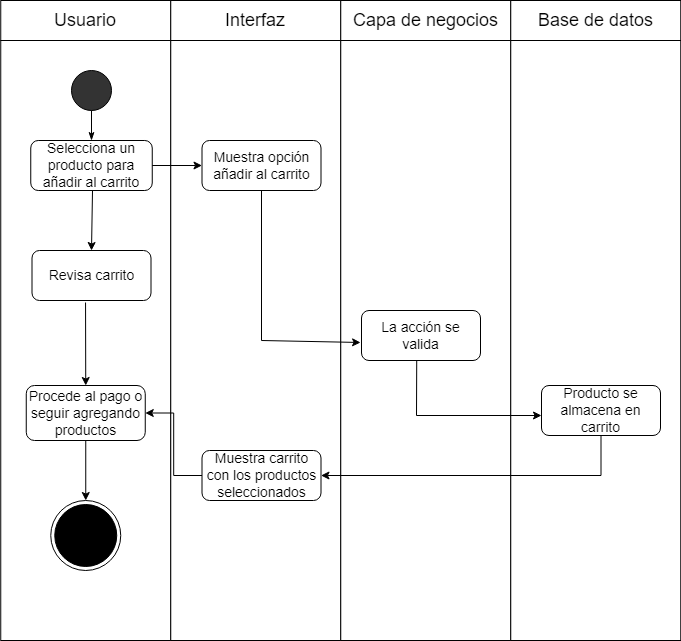
Before: Fase 2/Evidencias Proyecto/Evidencias de documentación/Diagramas/3) Diagrama de Actividad/19)Carro_de_compras.drawio.png, a diagram exported from draw.io (SoyElMato1/Grupo4-GreenMarket). Source tidied: cells renumbered, new cells last; positions are measured from the earlier drawing's top-left corner, leaving out a move shared by most shapes. The source it was exported from:
```xml
<mxGraphModel>
  <root>
    <mxCell id="0" />
    <mxCell id="1" parent="0" />
    <mxCell id="2" style="group;" parent="1" vertex="1">
      <mxGeometry x="0.2" width="680" height="40" as="geometry" />
    </mxCell>
    <mxCell id="3" style="group;" parent="2" vertex="1">
      <mxGeometry width="170" height="40" as="geometry" />
    </mxCell>
    <mxCell id="4" style="rounded=0;whiteSpace=wrap;html=1;fontSize=14;fillColor=#FFFFFF;" parent="3" vertex="1">
      <mxGeometry width="170" height="40" as="geometry" />
    </mxCell>
    <mxCell id="5" value="&lt;font style=&quot;font-size: 18px;&quot;&gt;Usuario&lt;/font&gt;" style="text;html=1;strokeColor=none;fillColor=none;align=center;verticalAlign=middle;whiteSpace=wrap;rounded=0;" parent="3" vertex="1">
      <mxGeometry x="55" y="5" width="60" height="30" as="geometry" />
    </mxCell>
    <mxCell id="6" style="group;" parent="2" vertex="1">
      <mxGeometry x="170" width="170" height="40" as="geometry" />
    </mxCell>
    <mxCell id="7" style="rounded=0;whiteSpace=wrap;html=1;fontSize=14;fillColor=#FFFFFF;" parent="6" vertex="1">
      <mxGeometry width="170" height="40" as="geometry" />
    </mxCell>
    <mxCell id="8" value="&lt;span style=&quot;font-size: 18px;&quot;&gt;Interfaz&lt;/span&gt;" style="text;html=1;strokeColor=none;fillColor=none;align=center;verticalAlign=middle;whiteSpace=wrap;rounded=0;" parent="6" vertex="1">
      <mxGeometry x="55" y="5" width="60" height="30" as="geometry" />
    </mxCell>
    <mxCell id="9" style="group;" parent="2" vertex="1">
      <mxGeometry x="340" width="170" height="40" as="geometry" />
    </mxCell>
    <mxCell id="10" style="rounded=0;whiteSpace=wrap;html=1;fontSize=14;fillColor=#FFFFFF;" parent="9" vertex="1">
      <mxGeometry width="170" height="40" as="geometry" />
    </mxCell>
    <mxCell id="11" value="&lt;span style=&quot;font-size: 18px;&quot;&gt;Capa de negocios&lt;/span&gt;" style="text;html=1;strokeColor=none;fillColor=none;align=center;verticalAlign=middle;whiteSpace=wrap;rounded=0;" parent="9" vertex="1">
      <mxGeometry x="7.5" y="5" width="155" height="30" as="geometry" />
    </mxCell>
    <mxCell id="12" style="group;" parent="2" vertex="1">
      <mxGeometry x="510" width="170" height="40" as="geometry" />
    </mxCell>
    <mxCell id="13" style="rounded=0;whiteSpace=wrap;html=1;fontSize=14;fillColor=#FFFFFF;" parent="12" vertex="1">
      <mxGeometry width="170" height="40" as="geometry" />
    </mxCell>
    <mxCell id="14" value="&lt;span style=&quot;font-size: 18px;&quot;&gt;Base de datos&lt;/span&gt;" style="text;html=1;strokeColor=none;fillColor=none;align=center;verticalAlign=middle;whiteSpace=wrap;rounded=0;" parent="12" vertex="1">
      <mxGeometry x="7.5" y="5" width="155" height="30" as="geometry" />
    </mxCell>
    <mxCell id="15" style="rounded=0;whiteSpace=wrap;html=1;" parent="1" vertex="1">
      <mxGeometry x="0.2" y="40" width="170" height="600" as="geometry" />
    </mxCell>
    <mxCell id="16" style="rounded=0;whiteSpace=wrap;html=1;" parent="1" vertex="1">
      <mxGeometry x="170.2" y="40" width="170" height="600" as="geometry" />
    </mxCell>
    <mxCell id="17" style="rounded=0;whiteSpace=wrap;html=1;" parent="1" vertex="1">
      <mxGeometry x="340.2" y="40" width="170" height="600" as="geometry" />
    </mxCell>
    <mxCell id="18" style="rounded=0;whiteSpace=wrap;html=1;" parent="1" vertex="1">
      <mxGeometry x="510.2" y="40" width="170" height="600" as="geometry" />
    </mxCell>
    <mxCell id="19" style="ellipse;whiteSpace=wrap;html=1;fontSize=18;fillColor=#333333;" parent="1" vertex="1">
      <mxGeometry x="71" y="70" width="40" height="40" as="geometry" />
    </mxCell>
    <mxCell id="20" value="Selecciona un producto para añadir al carrito" style="rounded=1;whiteSpace=wrap;html=1;fontSize=14;" parent="1" vertex="1">
      <mxGeometry x="30.2" y="140" width="121.5" height="50" as="geometry" />
    </mxCell>
    <mxCell id="21" style="endArrow=none;html=1;rounded=0;fontSize=18;entryX=0.5;entryY=1;entryDx=0;entryDy=0;exitX=0.5;exitY=0;exitDx=0;exitDy=0;startArrow=classicThin;startFill=1;" parent="1" edge="1" source="20" target="19">
      <mxGeometry relative="1" as="geometry" />
    </mxCell>
    <mxCell id="22" value="Muestra opción añadir al carrito" style="rounded=1;whiteSpace=wrap;html=1;fontSize=14;" parent="1" vertex="1">
      <mxGeometry x="201.5" y="140" width="119" height="50" as="geometry" />
    </mxCell>
    <mxCell id="23" style="endArrow=classic;html=1;rounded=0;exitX=1;exitY=0.5;exitDx=0;exitDy=0;entryX=0;entryY=0.5;entryDx=0;entryDy=0;" parent="1" edge="1" source="20" target="22">
      <mxGeometry relative="1" as="geometry" />
    </mxCell>
    <mxCell id="24" value="Revisa carrito" style="rounded=1;whiteSpace=wrap;html=1;fontSize=14;" parent="1" vertex="1">
      <mxGeometry x="31.5" y="250" width="119" height="50" as="geometry" />
    </mxCell>
    <mxCell id="25" style="edgeStyle=orthogonalEdgeStyle;rounded=0;jettySize=auto;html=1;entryX=1;entryY=0.5;entryDx=0;entryDy=0;" parent="1" edge="1" source="26" target="29">
      <mxGeometry relative="1" as="geometry" />
    </mxCell>
    <mxCell id="26" value="Muestra carrito con los productos seleccionados" style="rounded=1;whiteSpace=wrap;html=1;fontSize=14;" parent="1" vertex="1">
      <mxGeometry x="201.5" y="450" width="119" height="50" as="geometry" />
    </mxCell>
    <mxCell id="27" style="endArrow=classic;html=1;rounded=0;entryX=0.5;entryY=0;entryDx=0;entryDy=0;exitX=0.5;exitY=1;exitDx=0;exitDy=0;" parent="1" edge="1" source="29" target="28">
      <mxGeometry relative="1" as="geometry" />
    </mxCell>
    <mxCell id="28" style="ellipse;html=1;shape=endState;fillColor=#000000;strokeColor=#000000;" parent="1" vertex="1">
      <mxGeometry x="50.2" y="500" width="70" height="70" as="geometry" />
    </mxCell>
    <mxCell id="29" value="Procede al pago o seguir agregando productos" style="rounded=1;whiteSpace=wrap;html=1;fontSize=14;" parent="1" vertex="1">
      <mxGeometry x="25.8" y="385" width="119" height="55" as="geometry" />
    </mxCell>
    <mxCell id="30" style="endArrow=classic;html=1;rounded=0;exitX=0.5;exitY=1;exitDx=0;exitDy=0;entryX=-0.008;entryY=0.64;entryDx=0;entryDy=0;entryPerimeter=0;" parent="1" edge="1" source="22" target="31">
      <mxGeometry relative="1" as="geometry">
        <Array as="points">
          <mxPoint x="261" y="340" />
        </Array>
      </mxGeometry>
    </mxCell>
    <mxCell id="31" value="La acción se valida" style="rounded=1;whiteSpace=wrap;html=1;fontSize=14;" parent="1" vertex="1">
      <mxGeometry x="361" y="310" width="119" height="50" as="geometry" />
    </mxCell>
    <mxCell id="32" style="endArrow=classic;html=1;rounded=0;exitX=0.464;exitY=1;exitDx=0;exitDy=0;entryX=0;entryY=0.6;entryDx=0;entryDy=0;entryPerimeter=0;exitPerimeter=0;" parent="1" edge="1" source="31" target="34">
      <mxGeometry relative="1" as="geometry">
        <Array as="points">
          <mxPoint x="416" y="415" />
        </Array>
      </mxGeometry>
    </mxCell>
    <mxCell id="33" style="edgeStyle=orthogonalEdgeStyle;rounded=0;jettySize=auto;html=1;entryX=1;entryY=0.5;entryDx=0;entryDy=0;" parent="1" edge="1" source="34" target="26">
      <mxGeometry relative="1" as="geometry">
        <Array as="points">
          <mxPoint x="601" y="475" />
        </Array>
      </mxGeometry>
    </mxCell>
    <mxCell id="34" value="Producto se almacena en carrito" style="rounded=1;whiteSpace=wrap;html=1;fontSize=14;" parent="1" vertex="1">
      <mxGeometry x="541" y="385" width="119" height="50" as="geometry" />
    </mxCell>
    <mxCell id="35" style="edgeStyle=orthogonalEdgeStyle;rounded=0;jettySize=auto;html=1;entryX=0.5;entryY=0;entryDx=0;entryDy=0;" parent="1" edge="1" target="24">
      <mxGeometry relative="1" as="geometry">
        <mxPoint x="71" y="190" as="sourcePoint" />
        <Array as="points">
          <mxPoint x="92" y="190" />
        </Array>
      </mxGeometry>
    </mxCell>
    <mxCell id="36" style="endArrow=classic;html=1;rounded=0;entryX=0.5;entryY=0;entryDx=0;entryDy=0;exitX=0.45;exitY=1.04;exitDx=0;exitDy=0;exitPerimeter=0;" parent="1" edge="1" source="24" target="29">
      <mxGeometry relative="1" as="geometry" />
    </mxCell>
  </root>
</mxGraphModel>
```
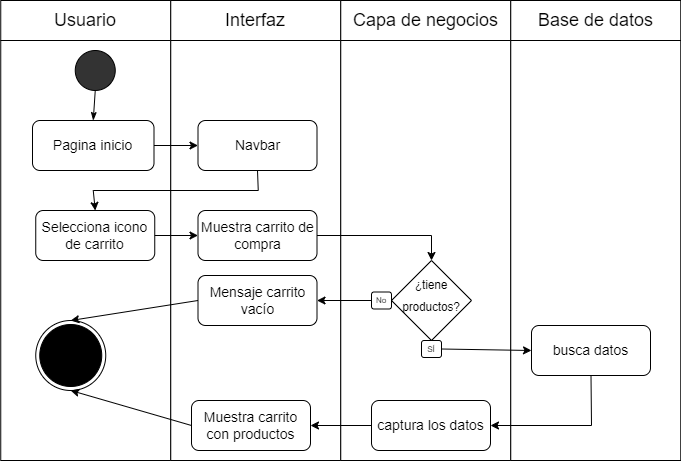
After the change.

Diff of the diagram source:
```diff
@@ -42,87 +42,104 @@
       <mxGeometry x="7.5" y="5" width="155" height="30" as="geometry" />
     </mxCell>
     <mxCell id="15" style="rounded=0;whiteSpace=wrap;html=1;" parent="1" vertex="1">
-      <mxGeometry x="0.2" y="40" width="170" height="600" as="geometry" />
+      <mxGeometry x="0.2" y="40" width="170" height="420" as="geometry" />
     </mxCell>
     <mxCell id="16" style="rounded=0;whiteSpace=wrap;html=1;" parent="1" vertex="1">
-      <mxGeometry x="170.2" y="40" width="170" height="600" as="geometry" />
+      <mxGeometry x="170.2" y="40" width="170" height="420" as="geometry" />
     </mxCell>
     <mxCell id="17" style="rounded=0;whiteSpace=wrap;html=1;" parent="1" vertex="1">
-      <mxGeometry x="340.2" y="40" width="170" height="600" as="geometry" />
+      <mxGeometry x="340.2" y="40" width="170" height="420" as="geometry" />
     </mxCell>
     <mxCell id="18" style="rounded=0;whiteSpace=wrap;html=1;" parent="1" vertex="1">
-      <mxGeometry x="510.2" y="40" width="170" height="600" as="geometry" />
+      <mxGeometry x="510.2" y="40" width="170" height="420" as="geometry" />
     </mxCell>
-    <mxCell id="19" style="ellipse;whiteSpace=wrap;html=1;fontSize=18;fillColor=#333333;" parent="1" vertex="1">
-      <mxGeometry x="71" y="70" width="40" height="40" as="geometry" />
-    </mxCell>
-    <mxCell id="20" value="Selecciona un producto para añadir al carrito" style="rounded=1;whiteSpace=wrap;html=1;fontSize=14;" parent="1" vertex="1">
-      <mxGeometry x="30.2" y="140" width="121.5" height="50" as="geometry" />
-    </mxCell>
-    <mxCell id="21" style="endArrow=none;html=1;rounded=0;fontSize=18;entryX=0.5;entryY=1;entryDx=0;entryDy=0;exitX=0.5;exitY=0;exitDx=0;exitDy=0;startArrow=classicThin;startFill=1;" parent="1" edge="1" source="20" target="19">
-      <mxGeometry relative="1" as="geometry" />
-    </mxCell>
-    <mxCell id="22" value="Muestra opción añadir al carrito" style="rounded=1;whiteSpace=wrap;html=1;fontSize=14;" parent="1" vertex="1">
-      <mxGeometry x="201.5" y="140" width="119" height="50" as="geometry" />
-    </mxCell>
-    <mxCell id="23" style="endArrow=classic;html=1;rounded=0;exitX=1;exitY=0.5;exitDx=0;exitDy=0;entryX=0;entryY=0.5;entryDx=0;entryDy=0;" parent="1" edge="1" source="20" target="22">
-      <mxGeometry relative="1" as="geometry" />
-    </mxCell>
-    <mxCell id="24" value="Revisa carrito" style="rounded=1;whiteSpace=wrap;html=1;fontSize=14;" parent="1" vertex="1">
-      <mxGeometry x="31.5" y="250" width="119" height="50" as="geometry" />
-    </mxCell>
-    <mxCell id="25" style="edgeStyle=orthogonalEdgeStyle;rounded=0;jettySize=auto;html=1;entryX=1;entryY=0.5;entryDx=0;entryDy=0;" parent="1" edge="1" source="26" target="29">
-      <mxGeometry relative="1" as="geometry" />
-    </mxCell>
-    <mxCell id="26" value="Muestra carrito con los productos seleccionados" style="rounded=1;whiteSpace=wrap;html=1;fontSize=14;" parent="1" vertex="1">
-      <mxGeometry x="201.5" y="450" width="119" height="50" as="geometry" />
-    </mxCell>
-    <mxCell id="27" style="endArrow=classic;html=1;rounded=0;entryX=0.5;entryY=0;entryDx=0;entryDy=0;exitX=0.5;exitY=1;exitDx=0;exitDy=0;" parent="1" edge="1" source="29" target="28">
-      <mxGeometry relative="1" as="geometry" />
-    </mxCell>
-    <mxCell id="28" style="ellipse;html=1;shape=endState;fillColor=#000000;strokeColor=#000000;" parent="1" vertex="1">
-      <mxGeometry x="50.2" y="500" width="70" height="70" as="geometry" />
-    </mxCell>
-    <mxCell id="29" value="Procede al pago o seguir agregando productos" style="rounded=1;whiteSpace=wrap;html=1;fontSize=14;" parent="1" vertex="1">
-      <mxGeometry x="25.8" y="385" width="119" height="55" as="geometry" />
-    </mxCell>
-    <mxCell id="30" style="endArrow=classic;html=1;rounded=0;exitX=0.5;exitY=1;exitDx=0;exitDy=0;entryX=-0.008;entryY=0.64;entryDx=0;entryDy=0;entryPerimeter=0;" parent="1" edge="1" source="22" target="31">
-      <mxGeometry relative="1" as="geometry">
-        <Array as="points">
-          <mxPoint x="261" y="340" />
-        </Array>
-      </mxGeometry>
-    </mxCell>
-    <mxCell id="31" value="La acción se valida" style="rounded=1;whiteSpace=wrap;html=1;fontSize=14;" parent="1" vertex="1">
-      <mxGeometry x="361" y="310" width="119" height="50" as="geometry" />
-    </mxCell>
-    <mxCell id="32" style="endArrow=classic;html=1;rounded=0;exitX=0.464;exitY=1;exitDx=0;exitDy=0;entryX=0;entryY=0.6;entryDx=0;entryDy=0;entryPerimeter=0;exitPerimeter=0;" parent="1" edge="1" source="31" target="34">
-      <mxGeometry relative="1" as="geometry">
-        <Array as="points">
-          <mxPoint x="416" y="415" />
-        </Array>
-      </mxGeometry>
-    </mxCell>
-    <mxCell id="33" style="edgeStyle=orthogonalEdgeStyle;rounded=0;jettySize=auto;html=1;entryX=1;entryY=0.5;entryDx=0;entryDy=0;" parent="1" edge="1" source="34" target="26">
-      <mxGeometry relative="1" as="geometry">
-        <Array as="points">
-          <mxPoint x="601" y="475" />
-        </Array>
-      </mxGeometry>
-    </mxCell>
-    <mxCell id="34" value="Producto se almacena en carrito" style="rounded=1;whiteSpace=wrap;html=1;fontSize=14;" parent="1" vertex="1">
-      <mxGeometry x="541" y="385" width="119" height="50" as="geometry" />
-    </mxCell>
-    <mxCell id="35" style="edgeStyle=orthogonalEdgeStyle;rounded=0;jettySize=auto;html=1;entryX=0.5;entryY=0;entryDx=0;entryDy=0;" parent="1" edge="1" target="24">
-      <mxGeometry relative="1" as="geometry">
-        <mxPoint x="71" y="190" as="sourcePoint" />
-        <Array as="points">
-          <mxPoint x="92" y="190" />
-        </Array>
-      </mxGeometry>
-    </mxCell>
-    <mxCell id="36" style="endArrow=classic;html=1;rounded=0;entryX=0.5;entryY=0;entryDx=0;entryDy=0;exitX=0.45;exitY=1.04;exitDx=0;exitDy=0;exitPerimeter=0;" parent="1" edge="1" source="24" target="29">
-      <mxGeometry relative="1" as="geometry" />
-    </mxCell>
+    <mxCell id="37" style="ellipse;whiteSpace=wrap;html=1;fontSize=18;fillColor=#333333;" parent="1" vertex="1">
+      <mxGeometry x="74.8" y="50" width="40" height="40" as="geometry" />
+    </mxCell>
+    <mxCell id="38" style="endArrow=none;html=1;rounded=0;fontSize=18;entryX=0.5;entryY=1;entryDx=0;entryDy=0;exitX=0.5;exitY=0;exitDx=0;exitDy=0;startArrow=classicThin;startFill=1;" parent="1" edge="1" source="48" target="37">
+      <mxGeometry relative="1" as="geometry" />
+    </mxCell>
+    <mxCell id="39" value="Muestra carrito de compra" style="rounded=1;whiteSpace=wrap;html=1;fontSize=14;" parent="1" vertex="1">
+      <mxGeometry x="197.5" y="210" width="119" height="50" as="geometry" />
+    </mxCell>
+    <mxCell id="40" style="group;" parent="1" vertex="1">
+      <mxGeometry x="371" y="260" width="100" height="97" as="geometry" />
+    </mxCell>
+    <mxCell id="41" value="&lt;font style=&quot;line-height: 0; font-size: 14px;&quot;&gt;&lt;sup style=&quot;&quot;&gt;¿tiene productos?&lt;/sup&gt;&lt;/font&gt;" style="rhombus;whiteSpace=wrap;html=1;fontSize=18;fillColor=#FFFFFF;align=center;" parent="40" vertex="1">
+      <mxGeometry x="20" width="80" height="80" as="geometry" />
+    </mxCell>
+    <mxCell id="42" value="No" style="rounded=1;whiteSpace=wrap;html=1;fontSize=8;fillColor=#FFFFFF;" parent="40" vertex="1">
+      <mxGeometry y="31.5" width="20" height="17" as="geometry" />
+    </mxCell>
+    <mxCell id="43" value="SÍ" style="rounded=1;whiteSpace=wrap;html=1;fontSize=8;fillColor=#FFFFFF;" parent="40" vertex="1">
+      <mxGeometry x="50" y="80" width="20" height="17" as="geometry" />
+    </mxCell>
+    <mxCell id="44" value="Mensaje carrito vacío" style="rounded=1;whiteSpace=wrap;html=1;fontSize=14;" parent="1" vertex="1">
+      <mxGeometry x="197.5" y="275" width="119" height="50" as="geometry" />
+    </mxCell>
+    <mxCell id="45" style="endArrow=classic;html=1;rounded=0;entryX=1;entryY=0.5;entryDx=0;entryDy=0;exitX=0;exitY=0.5;exitDx=0;exitDy=0;" parent="1" edge="1" source="42" target="44">
+      <mxGeometry relative="1" as="geometry" />
+    </mxCell>
+    <mxCell id="46" style="endArrow=classic;html=1;rounded=0;exitX=1;exitY=0.5;exitDx=0;exitDy=0;entryX=0.5;entryY=0;entryDx=0;entryDy=0;" parent="1" edge="1" source="39" target="41">
+      <mxGeometry relative="1" as="geometry">
+        <Array as="points">
+          <mxPoint x="431" y="235" />
+        </Array>
+      </mxGeometry>
+    </mxCell>
+    <mxCell id="47" style="endArrow=classic;html=1;rounded=0;exitX=0;exitY=0.5;exitDx=0;exitDy=0;entryX=0.5;entryY=0;entryDx=0;entryDy=0;" parent="1" edge="1" source="44" target="54">
+      <mxGeometry relative="1" as="geometry" />
+    </mxCell>
+    <mxCell id="48" value="Pagina inicio" style="rounded=1;whiteSpace=wrap;html=1;fontSize=14;" parent="1" vertex="1">
+      <mxGeometry x="32" y="120" width="121.5" height="50" as="geometry" />
+    </mxCell>
+    <mxCell id="49" value="Selecciona icono de carrito" style="rounded=1;whiteSpace=wrap;html=1;fontSize=14;" parent="1" vertex="1">
+      <mxGeometry x="35.2" y="210" width="119" height="50" as="geometry" />
+    </mxCell>
+    <mxCell id="50" value="Navbar" style="rounded=1;whiteSpace=wrap;html=1;fontSize=14;" parent="1" vertex="1">
+      <mxGeometry x="197.5" y="120" width="119" height="50" as="geometry" />
+    </mxCell>
+    <mxCell id="51" style="endArrow=classic;html=1;rounded=0;exitX=0.5;exitY=1;exitDx=0;exitDy=0;entryX=0.5;entryY=0;entryDx=0;entryDy=0;" parent="1" edge="1" source="50" target="49">
+      <mxGeometry relative="1" as="geometry">
+        <Array as="points">
+          <mxPoint x="257.8" y="190" />
+          <mxPoint x="92.8" y="190" />
+        </Array>
+      </mxGeometry>
+    </mxCell>
+    <mxCell id="52" style="endArrow=classic;html=1;rounded=0;exitX=1;exitY=0.5;exitDx=0;exitDy=0;entryX=0;entryY=0.5;entryDx=0;entryDy=0;" parent="1" edge="1" source="49" target="39">
+      <mxGeometry relative="1" as="geometry" />
+    </mxCell>
+    <mxCell id="53" style="endArrow=classic;html=1;rounded=0;exitX=1;exitY=0.5;exitDx=0;exitDy=0;entryX=0;entryY=0.5;entryDx=0;entryDy=0;" parent="1" edge="1" source="48" target="50">
+      <mxGeometry relative="1" as="geometry" />
+    </mxCell>
+    <mxCell id="54" style="ellipse;html=1;shape=endState;fillColor=#000000;strokeColor=#000000;" parent="1" vertex="1">
+      <mxGeometry x="35.2" y="320" width="70" height="70" as="geometry" />
+    </mxCell>
+    <mxCell id="55" value="busca datos" style="rounded=1;whiteSpace=wrap;html=1;fontSize=14;" parent="1" vertex="1">
+      <mxGeometry x="531" y="325" width="119" height="50" as="geometry" />
+    </mxCell>
+    <mxCell id="56" value="captura los datos" style="rounded=1;whiteSpace=wrap;html=1;fontSize=14;" parent="1" vertex="1">
+      <mxGeometry x="371" y="400" width="119" height="50" as="geometry" />
+    </mxCell>
+    <mxCell id="57" value="Muestra carrito con productos" style="rounded=1;whiteSpace=wrap;html=1;fontSize=14;" parent="1" vertex="1">
+      <mxGeometry x="191" y="400" width="119" height="50" as="geometry" />
+    </mxCell>
+    <mxCell id="58" style="endArrow=classic;html=1;rounded=0;exitX=1;exitY=0.5;exitDx=0;exitDy=0;entryX=0;entryY=0.5;entryDx=0;entryDy=0;" parent="1" edge="1" source="43" target="55">
+      <mxGeometry relative="1" as="geometry" />
+    </mxCell>
+    <mxCell id="59" style="endArrow=classic;html=1;rounded=0;entryX=1;entryY=0.5;entryDx=0;entryDy=0;exitX=0.5;exitY=1;exitDx=0;exitDy=0;" parent="1" edge="1" source="55" target="56">
+      <mxGeometry relative="1" as="geometry">
+        <Array as="points">
+          <mxPoint x="591" y="425" />
+        </Array>
+      </mxGeometry>
+    </mxCell>
+    <mxCell id="60" style="endArrow=classic;html=1;rounded=0;entryX=1;entryY=0.5;entryDx=0;entryDy=0;exitX=0;exitY=0.5;exitDx=0;exitDy=0;" parent="1" edge="1" source="56" target="57">
+      <mxGeometry relative="1" as="geometry" />
+    </mxCell>
+    <mxCell id="61" style="endArrow=classic;html=1;rounded=0;entryX=0.5;entryY=1;entryDx=0;entryDy=0;exitX=0;exitY=0.5;exitDx=0;exitDy=0;" parent="1" edge="1" source="57" target="54">
+      <mxGeometry relative="1" as="geometry" />
+    </mxCell>
   </root>
 </mxGraphModel>
```
